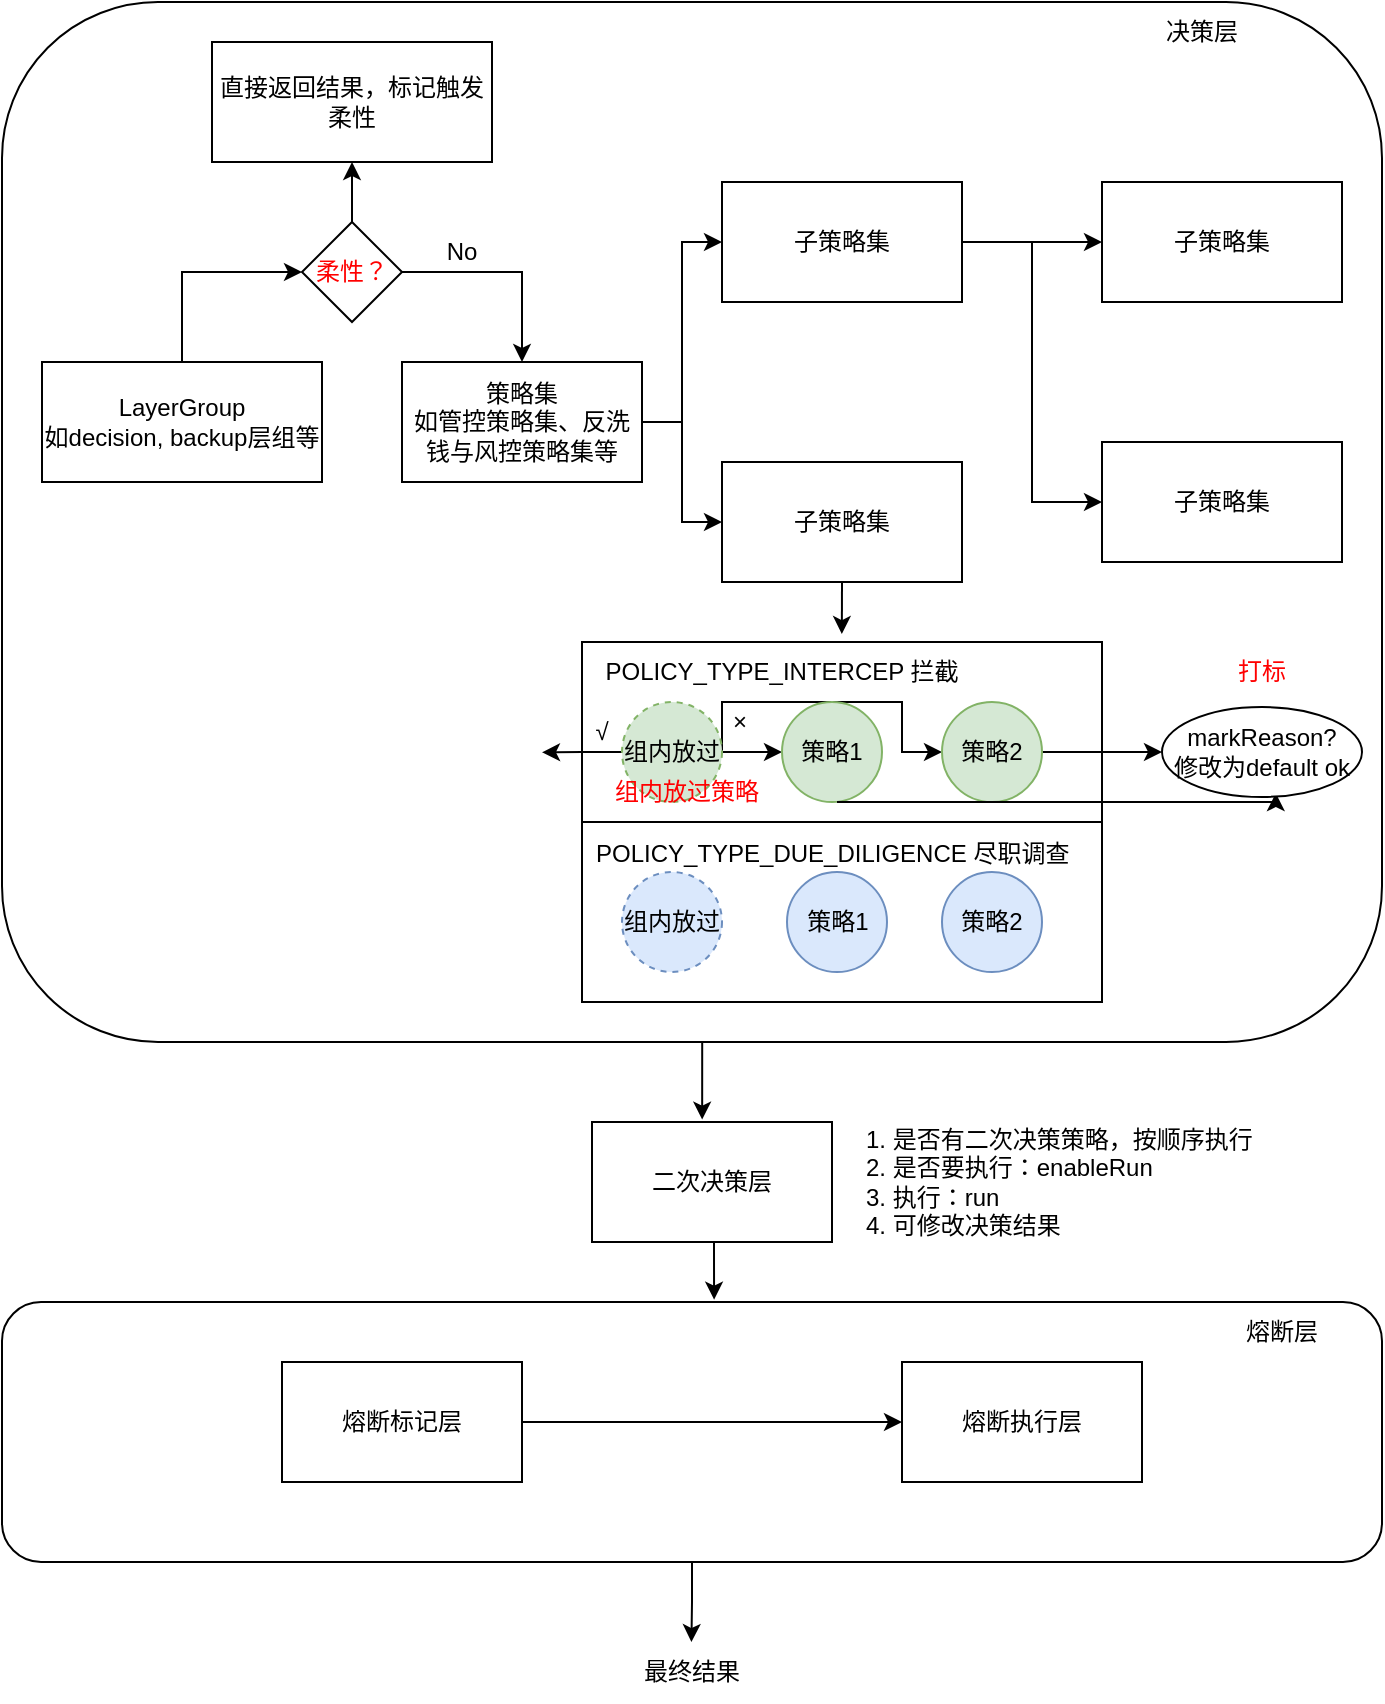
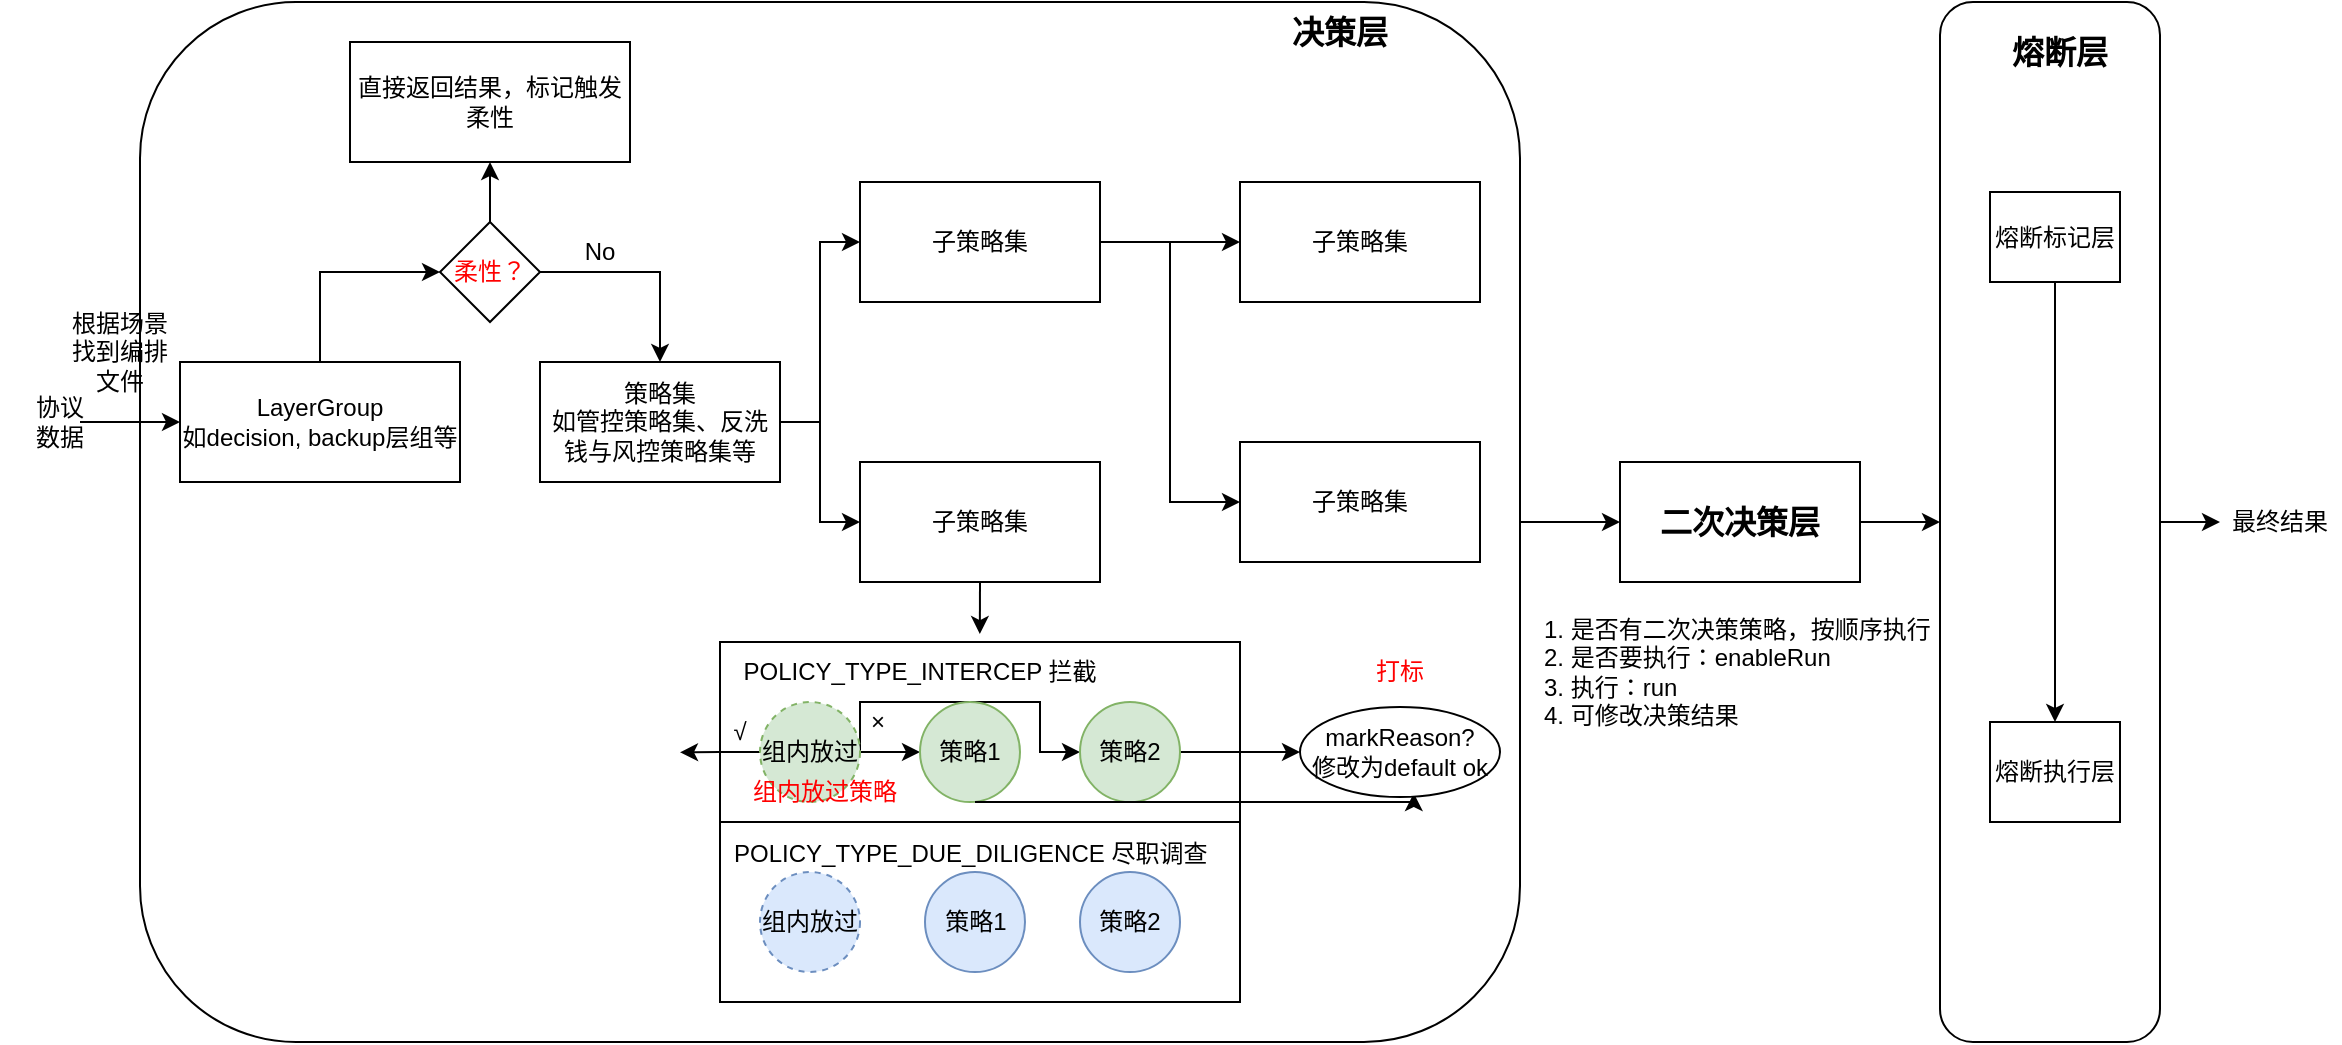
<mxfile host="app.diagrams.net">
  <diagram name="第 1 页" id="sYB70OHxxg49IoIIqcCG">
-     <mxGraphModel dx="1661" dy="568" grid="1" gridSize="10" guides="1" tooltips="1" connect="1" arrows="1" fold="1" page="1" pageScale="1" pageWidth="827" pageHeight="1169" math="0" shadow="0">
+     <mxGraphModel dx="1994" dy="795" grid="1" gridSize="10" guides="1" tooltips="1" connect="1" arrows="1" fold="1" page="1" pageScale="1" pageWidth="827" pageHeight="1169" math="0" shadow="0">
      <root>
        <mxCell id="0" />
        <mxCell id="1" parent="0" />
-         <mxCell id="rwJ8rHHhlLM3E3MmbTW6-66" edge="1" parent="1" source="rwJ8rHHhlLM3E3MmbTW6-60" style="edgeStyle=orthogonalEdgeStyle;rounded=0;orthogonalLoop=1;jettySize=auto;html=1;exitX=0.5;exitY=1;exitDx=0;exitDy=0;">
-           <mxGeometry relative="1" as="geometry">
-             <mxPoint x="334.7142857142858" y="920" as="targetPoint" />
-           </mxGeometry>
+         <mxCell id="rwJ8rHHhlLM3E3MmbTW6-72" edge="1" parent="1" source="rwJ8rHHhlLM3E3MmbTW6-60" style="edgeStyle=orthogonalEdgeStyle;rounded=0;orthogonalLoop=1;jettySize=auto;html=1;exitX=1;exitY=0.5;exitDx=0;exitDy=0;entryX=0;entryY=0.5;entryDx=0;entryDy=0;" target="rwJ8rHHhlLM3E3MmbTW6-67">
+           <mxGeometry relative="1" as="geometry" />
        </mxCell>
        <mxCell id="rwJ8rHHhlLM3E3MmbTW6-60" parent="1" style="rounded=1;whiteSpace=wrap;html=1;" value="" vertex="1">
-           <mxGeometry height="130" width="690" x="-10" y="750" as="geometry" />
+           <mxGeometry height="520" width="110" x="890" y="100" as="geometry" />
+         </mxCell>
+         <mxCell id="rwJ8rHHhlLM3E3MmbTW6-71" edge="1" parent="1" source="rwJ8rHHhlLM3E3MmbTW6-51" style="edgeStyle=orthogonalEdgeStyle;rounded=0;orthogonalLoop=1;jettySize=auto;html=1;exitX=1;exitY=0.5;exitDx=0;exitDy=0;entryX=0;entryY=0.5;entryDx=0;entryDy=0;" target="rwJ8rHHhlLM3E3MmbTW6-53">
+           <mxGeometry relative="1" as="geometry" />
        </mxCell>
        <mxCell id="rwJ8rHHhlLM3E3MmbTW6-51" parent="1" style="rounded=1;whiteSpace=wrap;html=1;" value="" vertex="1">
          <mxGeometry height="520" width="690" x="-10" y="100" as="geometry" />
        </mxCell>
        <mxCell id="rwJ8rHHhlLM3E3MmbTW6-23" parent="1" style="rounded=0;whiteSpace=wrap;html=1;" value="" vertex="1">
          <mxGeometry height="90" width="260" x="280" y="510" as="geometry" />
        </mxCell>
        <mxCell id="rwJ8rHHhlLM3E3MmbTW6-19" parent="1" style="rounded=0;whiteSpace=wrap;html=1;" value="" vertex="1">
          <mxGeometry height="90" width="260" x="280" y="420" as="geometry" />
        </mxCell>
        <mxCell id="rwJ8rHHhlLM3E3MmbTW6-46" edge="1" parent="1" source="rwJ8rHHhlLM3E3MmbTW6-1" style="edgeStyle=orthogonalEdgeStyle;rounded=0;orthogonalLoop=1;jettySize=auto;html=1;exitX=0.5;exitY=0;exitDx=0;exitDy=0;entryX=0;entryY=0.5;entryDx=0;entryDy=0;" target="rwJ8rHHhlLM3E3MmbTW6-45">
          <mxGeometry relative="1" as="geometry" />
        </mxCell>
        <mxCell id="rwJ8rHHhlLM3E3MmbTW6-1" parent="1" style="rounded=0;whiteSpace=wrap;html=1;" value="LayerGroup&lt;div&gt;如decision, backup层组等&lt;/div&gt;" vertex="1">
          <mxGeometry height="60" width="140" x="10" y="280" as="geometry" />
        </mxCell>
        <mxCell id="rwJ8rHHhlLM3E3MmbTW6-5" edge="1" parent="1" source="rwJ8rHHhlLM3E3MmbTW6-2" style="edgeStyle=orthogonalEdgeStyle;rounded=0;orthogonalLoop=1;jettySize=auto;html=1;exitX=1;exitY=0.5;exitDx=0;exitDy=0;entryX=0;entryY=0.5;entryDx=0;entryDy=0;" target="rwJ8rHHhlLM3E3MmbTW6-4">
          <mxGeometry relative="1" as="geometry" />
        </mxCell>
        <mxCell id="rwJ8rHHhlLM3E3MmbTW6-11" edge="1" parent="1" source="rwJ8rHHhlLM3E3MmbTW6-2" style="edgeStyle=orthogonalEdgeStyle;rounded=0;orthogonalLoop=1;jettySize=auto;html=1;exitX=1;exitY=0.5;exitDx=0;exitDy=0;entryX=0;entryY=0.5;entryDx=0;entryDy=0;" target="rwJ8rHHhlLM3E3MmbTW6-6">
          <mxGeometry relative="1" as="geometry" />
        </mxCell>
        <mxCell id="rwJ8rHHhlLM3E3MmbTW6-2" parent="1" style="rounded=0;whiteSpace=wrap;html=1;" value="策略集&lt;div&gt;如管控策略集、反洗钱与风控策略集等&lt;/div&gt;" vertex="1">
          <mxGeometry height="60" width="120" x="190" y="280" as="geometry" />
        </mxCell>
        <mxCell id="rwJ8rHHhlLM3E3MmbTW6-9" edge="1" parent="1" source="rwJ8rHHhlLM3E3MmbTW6-4" style="edgeStyle=orthogonalEdgeStyle;rounded=0;orthogonalLoop=1;jettySize=auto;html=1;exitX=1;exitY=0.5;exitDx=0;exitDy=0;entryX=0;entryY=0.5;entryDx=0;entryDy=0;" target="rwJ8rHHhlLM3E3MmbTW6-7">
          <mxGeometry relative="1" as="geometry" />
        </mxCell>
        <mxCell id="rwJ8rHHhlLM3E3MmbTW6-10" edge="1" parent="1" source="rwJ8rHHhlLM3E3MmbTW6-4" style="edgeStyle=orthogonalEdgeStyle;rounded=0;orthogonalLoop=1;jettySize=auto;html=1;exitX=1;exitY=0.5;exitDx=0;exitDy=0;entryX=0;entryY=0.5;entryDx=0;entryDy=0;" target="rwJ8rHHhlLM3E3MmbTW6-8">
          <mxGeometry relative="1" as="geometry" />
        </mxCell>
        <mxCell id="rwJ8rHHhlLM3E3MmbTW6-4" parent="1" style="rounded=0;whiteSpace=wrap;html=1;" value="子策略集" vertex="1">
          <mxGeometry height="60" width="120" x="350" y="190" as="geometry" />
        </mxCell>
        <mxCell id="rwJ8rHHhlLM3E3MmbTW6-6" parent="1" style="rounded=0;whiteSpace=wrap;html=1;" value="子策略集" vertex="1">
          <mxGeometry height="60" width="120" x="350" y="330" as="geometry" />
        </mxCell>
        <mxCell id="rwJ8rHHhlLM3E3MmbTW6-7" parent="1" style="rounded=0;whiteSpace=wrap;html=1;" value="子策略集" vertex="1">
          <mxGeometry height="60" width="120" x="540" y="190" as="geometry" />
        </mxCell>
        <mxCell id="rwJ8rHHhlLM3E3MmbTW6-8" parent="1" style="rounded=0;whiteSpace=wrap;html=1;" value="子策略集" vertex="1">
          <mxGeometry height="60" width="120" x="540" y="320" as="geometry" />
        </mxCell>
        <mxCell id="rwJ8rHHhlLM3E3MmbTW6-28" edge="1" parent="1" source="rwJ8rHHhlLM3E3MmbTW6-12" style="edgeStyle=orthogonalEdgeStyle;rounded=0;orthogonalLoop=1;jettySize=auto;html=1;exitX=1;exitY=0.5;exitDx=0;exitDy=0;entryX=0;entryY=0.5;entryDx=0;entryDy=0;" target="rwJ8rHHhlLM3E3MmbTW6-13">
          <mxGeometry relative="1" as="geometry" />
        </mxCell>
        <mxCell id="rwJ8rHHhlLM3E3MmbTW6-29" edge="1" parent="1" source="rwJ8rHHhlLM3E3MmbTW6-12" style="edgeStyle=orthogonalEdgeStyle;rounded=0;orthogonalLoop=1;jettySize=auto;html=1;exitX=1;exitY=0.5;exitDx=0;exitDy=0;entryX=0;entryY=0.5;entryDx=0;entryDy=0;" target="rwJ8rHHhlLM3E3MmbTW6-14">
          <mxGeometry relative="1" as="geometry">
            <Array as="points">
              <mxPoint x="350" y="450" />
              <mxPoint x="440" y="450" />
              <mxPoint x="440" y="475" />
            </Array>
          </mxGeometry>
        </mxCell>
        <mxCell id="rwJ8rHHhlLM3E3MmbTW6-31" edge="1" parent="1" source="rwJ8rHHhlLM3E3MmbTW6-12" style="edgeStyle=orthogonalEdgeStyle;rounded=0;orthogonalLoop=1;jettySize=auto;html=1;exitX=0;exitY=0.5;exitDx=0;exitDy=0;">
          <mxGeometry relative="1" as="geometry">
            <mxPoint x="260" y="475.1836734693877" as="targetPoint" />
          </mxGeometry>
        </mxCell>
        <mxCell id="rwJ8rHHhlLM3E3MmbTW6-12" parent="1" style="ellipse;whiteSpace=wrap;html=1;aspect=fixed;fillColor=#d5e8d4;strokeColor=#82b366;dashed=1;" value="组内放过" vertex="1">
          <mxGeometry height="50" width="50" x="300" y="450" as="geometry" />
        </mxCell>
        <mxCell id="rwJ8rHHhlLM3E3MmbTW6-13" parent="1" style="ellipse;whiteSpace=wrap;html=1;aspect=fixed;fillColor=#d5e8d4;strokeColor=#82b366;" value="策略1" vertex="1">
          <mxGeometry height="50" width="50" x="380" y="450" as="geometry" />
        </mxCell>
        <mxCell id="rwJ8rHHhlLM3E3MmbTW6-34" edge="1" parent="1" source="rwJ8rHHhlLM3E3MmbTW6-14" style="edgeStyle=orthogonalEdgeStyle;rounded=0;orthogonalLoop=1;jettySize=auto;html=1;exitX=1;exitY=0.5;exitDx=0;exitDy=0;entryX=0;entryY=0.5;entryDx=0;entryDy=0;" target="rwJ8rHHhlLM3E3MmbTW6-37">
          <mxGeometry relative="1" as="geometry">
            <mxPoint x="580" y="450" as="targetPoint" />
          </mxGeometry>
        </mxCell>
        <mxCell id="rwJ8rHHhlLM3E3MmbTW6-14" parent="1" style="ellipse;whiteSpace=wrap;html=1;aspect=fixed;fillColor=#d5e8d4;strokeColor=#82b366;" value="策略2" vertex="1">
          <mxGeometry height="50" width="50" x="460" y="450" as="geometry" />
        </mxCell>
        <mxCell id="rwJ8rHHhlLM3E3MmbTW6-16" parent="1" style="ellipse;whiteSpace=wrap;html=1;aspect=fixed;fillColor=#dae8fc;strokeColor=#6c8ebf;dashed=1;" value="组内放过" vertex="1">
          <mxGeometry height="50" width="50" x="300" y="535" as="geometry" />
        </mxCell>
        <mxCell id="rwJ8rHHhlLM3E3MmbTW6-17" parent="1" style="ellipse;whiteSpace=wrap;html=1;aspect=fixed;fillColor=#dae8fc;strokeColor=#6c8ebf;" value="策略1" vertex="1">
          <mxGeometry height="50" width="50" x="382.5" y="535" as="geometry" />
        </mxCell>
        <mxCell id="rwJ8rHHhlLM3E3MmbTW6-18" parent="1" style="ellipse;whiteSpace=wrap;html=1;aspect=fixed;fillColor=#dae8fc;strokeColor=#6c8ebf;" value="策略2" vertex="1">
          <mxGeometry height="50" width="50" x="460" y="535" as="geometry" />
        </mxCell>
        <mxCell id="rwJ8rHHhlLM3E3MmbTW6-20" parent="1" style="text;html=1;whiteSpace=wrap;strokeColor=none;fillColor=none;align=center;verticalAlign=middle;rounded=0;" value="&lt;div style=&quot;color: rgb(252, 252, 250); background-color: rgb(45, 42, 46); font-family: Menlo, Monaco, &amp;quot;Courier New&amp;quot;, monospace; font-size: 21.6px; line-height: 32px; white-space: pre;&quot;&gt;&lt;br&gt;&lt;/div&gt;" vertex="1">
          <mxGeometry height="30" width="60" x="510" y="460" as="geometry" />
        </mxCell>
        <mxCell id="rwJ8rHHhlLM3E3MmbTW6-21" parent="1" style="text;html=1;whiteSpace=wrap;strokeColor=none;fillColor=none;align=center;verticalAlign=middle;rounded=0;" value="&lt;p&gt;POLICY_TYPE_INTERCEP 拦截&lt;/p&gt;" vertex="1">
          <mxGeometry height="30" width="220" x="270" y="420" as="geometry" />
        </mxCell>
        <mxCell id="rwJ8rHHhlLM3E3MmbTW6-38" edge="1" parent="1" source="rwJ8rHHhlLM3E3MmbTW6-24" style="edgeStyle=orthogonalEdgeStyle;rounded=0;orthogonalLoop=1;jettySize=auto;html=1;exitX=0.5;exitY=0;exitDx=0;exitDy=0;entryX=0.569;entryY=0.957;entryDx=0;entryDy=0;entryPerimeter=0;" target="rwJ8rHHhlLM3E3MmbTW6-37">
          <mxGeometry relative="1" as="geometry">
            <Array as="points">
              <mxPoint x="627" y="500" />
            </Array>
          </mxGeometry>
        </mxCell>
        <mxCell id="rwJ8rHHhlLM3E3MmbTW6-24" parent="1" style="text;whiteSpace=wrap;html=1;" value="&lt;p&gt;POLICY_TYPE_DUE_DILIGENCE 尽职调查&lt;/p&gt;" vertex="1">
          <mxGeometry height="60" width="245" x="285" y="500" as="geometry" />
        </mxCell>
        <mxCell id="rwJ8rHHhlLM3E3MmbTW6-27" edge="1" parent="1" source="rwJ8rHHhlLM3E3MmbTW6-6" style="edgeStyle=orthogonalEdgeStyle;rounded=0;orthogonalLoop=1;jettySize=auto;html=1;exitX=0.5;exitY=1;exitDx=0;exitDy=0;entryX=0.636;entryY=-0.133;entryDx=0;entryDy=0;entryPerimeter=0;" target="rwJ8rHHhlLM3E3MmbTW6-21">
          <mxGeometry relative="1" as="geometry" />
        </mxCell>
        <mxCell id="rwJ8rHHhlLM3E3MmbTW6-32" parent="1" style="text;html=1;whiteSpace=wrap;strokeColor=none;fillColor=none;align=center;verticalAlign=middle;rounded=0;" value="×" vertex="1">
          <mxGeometry height="30" width="60" x="329" y="445" as="geometry" />
        </mxCell>
        <mxCell id="rwJ8rHHhlLM3E3MmbTW6-33" parent="1" style="text;html=1;whiteSpace=wrap;strokeColor=none;fillColor=none;align=center;verticalAlign=middle;rounded=0;" value="√" vertex="1">
          <mxGeometry height="30" width="60" x="260" y="450" as="geometry" />
        </mxCell>
        <mxCell id="rwJ8rHHhlLM3E3MmbTW6-37" parent="1" style="ellipse;whiteSpace=wrap;html=1;" value="markReason?&lt;div&gt;修改为default ok&lt;/div&gt;" vertex="1">
          <mxGeometry height="45" width="100" x="570" y="452.5" as="geometry" />
        </mxCell>
        <mxCell id="rwJ8rHHhlLM3E3MmbTW6-39" parent="1" style="text;html=1;whiteSpace=wrap;strokeColor=none;fillColor=none;align=center;verticalAlign=middle;rounded=0;" value="&lt;font style=&quot;color: rgb(255, 0, 0);&quot;&gt;打标&lt;/font&gt;" vertex="1">
          <mxGeometry height="30" width="60" x="590" y="420" as="geometry" />
        </mxCell>
        <mxCell id="rwJ8rHHhlLM3E3MmbTW6-40" parent="1" style="text;html=1;whiteSpace=wrap;strokeColor=none;fillColor=none;align=center;verticalAlign=middle;rounded=0;" value="&lt;font style=&quot;color: rgb(255, 0, 0);&quot;&gt;组内放过策略&lt;/font&gt;" vertex="1">
          <mxGeometry height="30" width="75" x="295" y="480" as="geometry" />
        </mxCell>
        <mxCell id="rwJ8rHHhlLM3E3MmbTW6-47" edge="1" parent="1" source="rwJ8rHHhlLM3E3MmbTW6-45" style="edgeStyle=orthogonalEdgeStyle;rounded=0;orthogonalLoop=1;jettySize=auto;html=1;exitX=1;exitY=0.5;exitDx=0;exitDy=0;" target="rwJ8rHHhlLM3E3MmbTW6-2">
          <mxGeometry relative="1" as="geometry" />
        </mxCell>
        <mxCell id="rwJ8rHHhlLM3E3MmbTW6-50" edge="1" parent="1" source="rwJ8rHHhlLM3E3MmbTW6-45" style="edgeStyle=orthogonalEdgeStyle;rounded=0;orthogonalLoop=1;jettySize=auto;html=1;exitX=0.5;exitY=0;exitDx=0;exitDy=0;entryX=0.5;entryY=1;entryDx=0;entryDy=0;" target="rwJ8rHHhlLM3E3MmbTW6-49">
          <mxGeometry relative="1" as="geometry" />
        </mxCell>
        <mxCell id="rwJ8rHHhlLM3E3MmbTW6-45" parent="1" style="rhombus;whiteSpace=wrap;html=1;" value="&lt;font style=&quot;color: rgb(255, 0, 0);&quot;&gt;柔性？&lt;/font&gt;" vertex="1">
          <mxGeometry height="50" width="50" x="140" y="210" as="geometry" />
        </mxCell>
        <mxCell id="rwJ8rHHhlLM3E3MmbTW6-48" parent="1" style="text;html=1;whiteSpace=wrap;strokeColor=none;fillColor=none;align=center;verticalAlign=middle;rounded=0;" value="No" vertex="1">
          <mxGeometry height="30" width="60" x="190" y="210" as="geometry" />
        </mxCell>
        <mxCell id="rwJ8rHHhlLM3E3MmbTW6-49" parent="1" style="rounded=0;whiteSpace=wrap;html=1;" value="直接返回结果，标记触发柔性" vertex="1">
          <mxGeometry height="60" width="140" x="95" y="120" as="geometry" />
        </mxCell>
-         <mxCell id="rwJ8rHHhlLM3E3MmbTW6-52" parent="1" style="text;html=1;whiteSpace=wrap;strokeColor=none;fillColor=none;align=center;verticalAlign=middle;rounded=0;" value="决策层" vertex="1">
+         <mxCell id="rwJ8rHHhlLM3E3MmbTW6-52" parent="1" style="text;html=1;whiteSpace=wrap;strokeColor=none;fillColor=none;align=center;verticalAlign=middle;rounded=0;fontSize=16;fontStyle=1" value="决策层" vertex="1">
          <mxGeometry height="30" width="60" x="560" y="100" as="geometry" />
        </mxCell>
-         <mxCell id="rwJ8rHHhlLM3E3MmbTW6-53" parent="1" style="rounded=0;whiteSpace=wrap;html=1;" value="二次决策层" vertex="1">
-           <mxGeometry height="60" width="120" x="285" y="660" as="geometry" />
-         </mxCell>
-         <mxCell id="rwJ8rHHhlLM3E3MmbTW6-54" edge="1" parent="1" source="rwJ8rHHhlLM3E3MmbTW6-51" style="edgeStyle=orthogonalEdgeStyle;rounded=0;orthogonalLoop=1;jettySize=auto;html=1;exitX=0.5;exitY=1;exitDx=0;exitDy=0;entryX=0.459;entryY=-0.02;entryDx=0;entryDy=0;entryPerimeter=0;" target="rwJ8rHHhlLM3E3MmbTW6-53">
-           <mxGeometry relative="1" as="geometry" />
+         <mxCell id="rwJ8rHHhlLM3E3MmbTW6-53" parent="1" style="rounded=0;whiteSpace=wrap;html=1;" value="&lt;b&gt;&lt;font style=&quot;font-size: 16px;&quot;&gt;二次决策层&lt;/font&gt;&lt;/b&gt;" vertex="1">
+           <mxGeometry height="60" width="120" x="730" y="330" as="geometry" />
        </mxCell>
        <mxCell id="rwJ8rHHhlLM3E3MmbTW6-56" parent="1" style="text;html=1;whiteSpace=wrap;strokeColor=none;fillColor=none;align=left;verticalAlign=middle;rounded=0;" value="1. 是否有二次决策策略，&lt;span style=&quot;background-color: transparent; color: light-dark(rgb(0, 0, 0), rgb(255, 255, 255));&quot;&gt;按顺序执行&lt;/span&gt;&lt;div&gt;2. 是否要执行：&lt;span style=&quot;background-color: transparent; color: light-dark(rgb(0, 0, 0), rgb(255, 255, 255));&quot;&gt;enableRun&lt;/span&gt;&lt;/div&gt;&lt;div style=&quot;&quot;&gt;3. 执行：&lt;span style=&quot;background-color: transparent; color: light-dark(rgb(0, 0, 0), rgb(255, 255, 255));&quot;&gt;run&lt;/span&gt;&lt;/div&gt;&lt;div&gt;&lt;span style=&quot;background-color: transparent; color: light-dark(rgb(0, 0, 0), rgb(255, 255, 255));&quot;&gt;4. 可修改决策结果&lt;/span&gt;&lt;/div&gt;" vertex="1">
-           <mxGeometry height="60" width="200" x="420" y="660" as="geometry" />
+           <mxGeometry height="60" width="200" x="690" y="405" as="geometry" />
        </mxCell>
-         <mxCell id="rwJ8rHHhlLM3E3MmbTW6-64" edge="1" parent="1" source="rwJ8rHHhlLM3E3MmbTW6-58" style="edgeStyle=orthogonalEdgeStyle;rounded=0;orthogonalLoop=1;jettySize=auto;html=1;exitX=1;exitY=0.5;exitDx=0;exitDy=0;entryX=0;entryY=0.5;entryDx=0;entryDy=0;" target="rwJ8rHHhlLM3E3MmbTW6-61">
+         <mxCell id="rwJ8rHHhlLM3E3MmbTW6-64" edge="1" parent="1" source="rwJ8rHHhlLM3E3MmbTW6-58" style="edgeStyle=orthogonalEdgeStyle;rounded=0;orthogonalLoop=1;jettySize=auto;html=1;exitX=0.5;exitY=1;exitDx=0;exitDy=0;entryX=0.5;entryY=0;entryDx=0;entryDy=0;" target="rwJ8rHHhlLM3E3MmbTW6-61">
          <mxGeometry relative="1" as="geometry" />
        </mxCell>
        <mxCell id="rwJ8rHHhlLM3E3MmbTW6-58" parent="1" style="rounded=0;whiteSpace=wrap;html=1;" value="熔断标记层" vertex="1">
-           <mxGeometry height="60" width="120" x="130" y="780" as="geometry" />
+           <mxGeometry height="45" width="65" x="915" y="195" as="geometry" />
        </mxCell>
        <mxCell id="rwJ8rHHhlLM3E3MmbTW6-61" parent="1" style="rounded=0;whiteSpace=wrap;html=1;" value="熔断执行层" vertex="1">
-           <mxGeometry height="60" width="120" x="440" y="780" as="geometry" />
+           <mxGeometry height="50" width="65" x="915" y="460" as="geometry" />
        </mxCell>
-         <mxCell id="rwJ8rHHhlLM3E3MmbTW6-62" parent="1" style="text;html=1;whiteSpace=wrap;strokeColor=none;fillColor=none;align=center;verticalAlign=middle;rounded=0;" value="熔断层" vertex="1">
-           <mxGeometry height="30" width="60" x="600" y="750" as="geometry" />
-         </mxCell>
-         <mxCell id="rwJ8rHHhlLM3E3MmbTW6-63" edge="1" parent="1" source="rwJ8rHHhlLM3E3MmbTW6-53" style="edgeStyle=orthogonalEdgeStyle;rounded=0;orthogonalLoop=1;jettySize=auto;html=1;exitX=0.5;exitY=1;exitDx=0;exitDy=0;entryX=0.516;entryY=-0.009;entryDx=0;entryDy=0;entryPerimeter=0;" target="rwJ8rHHhlLM3E3MmbTW6-60">
-           <mxGeometry relative="1" as="geometry" />
+         <mxCell id="rwJ8rHHhlLM3E3MmbTW6-62" parent="1" style="text;html=1;whiteSpace=wrap;strokeColor=none;fillColor=none;align=center;verticalAlign=middle;rounded=0;fontSize=16;fontStyle=1" value="熔断层" vertex="1">
+           <mxGeometry height="30" width="60" x="920" y="110" as="geometry" />
        </mxCell>
        <mxCell id="rwJ8rHHhlLM3E3MmbTW6-67" parent="1" style="text;html=1;whiteSpace=wrap;strokeColor=none;fillColor=none;align=center;verticalAlign=middle;rounded=0;" value="最终结果" vertex="1">
-           <mxGeometry height="30" width="60" x="305" y="920" as="geometry" />
+           <mxGeometry height="30" width="60" x="1030" y="345" as="geometry" />
+         </mxCell>
+         <mxCell id="rwJ8rHHhlLM3E3MmbTW6-70" edge="1" parent="1" source="rwJ8rHHhlLM3E3MmbTW6-53" style="edgeStyle=orthogonalEdgeStyle;rounded=0;orthogonalLoop=1;jettySize=auto;html=1;exitX=1;exitY=0.5;exitDx=0;exitDy=0;entryX=0;entryY=0.5;entryDx=0;entryDy=0;" target="rwJ8rHHhlLM3E3MmbTW6-60">
+           <mxGeometry relative="1" as="geometry">
+             <Array as="points">
+               <mxPoint x="880" y="360" />
+               <mxPoint x="880" y="360" />
+             </Array>
+           </mxGeometry>
+         </mxCell>
+         <mxCell id="rwJ8rHHhlLM3E3MmbTW6-73" edge="1" parent="1" style="endArrow=classic;html=1;rounded=0;entryX=0;entryY=0.5;entryDx=0;entryDy=0;" target="rwJ8rHHhlLM3E3MmbTW6-1" value="">
+           <mxGeometry height="50" relative="1" width="50" as="geometry">
+             <mxPoint x="-40" y="310" as="sourcePoint" />
+             <mxPoint x="-30" y="340" as="targetPoint" />
+           </mxGeometry>
+         </mxCell>
+         <mxCell id="rwJ8rHHhlLM3E3MmbTW6-74" parent="1" style="text;html=1;whiteSpace=wrap;strokeColor=none;fillColor=none;align=center;verticalAlign=middle;rounded=0;" value="协议&lt;div&gt;数据&lt;/div&gt;" vertex="1">
+           <mxGeometry height="30" width="60" x="-80" y="295" as="geometry" />
+         </mxCell>
+         <mxCell id="rwJ8rHHhlLM3E3MmbTW6-75" parent="1" style="text;html=1;whiteSpace=wrap;strokeColor=none;fillColor=none;align=center;verticalAlign=middle;rounded=0;" value="根据场景找到编排文件" vertex="1">
+           <mxGeometry height="30" width="60" x="-50" y="260" as="geometry" />
        </mxCell>
      </root>
    </mxGraphModel>
  </diagram>
</mxfile>
